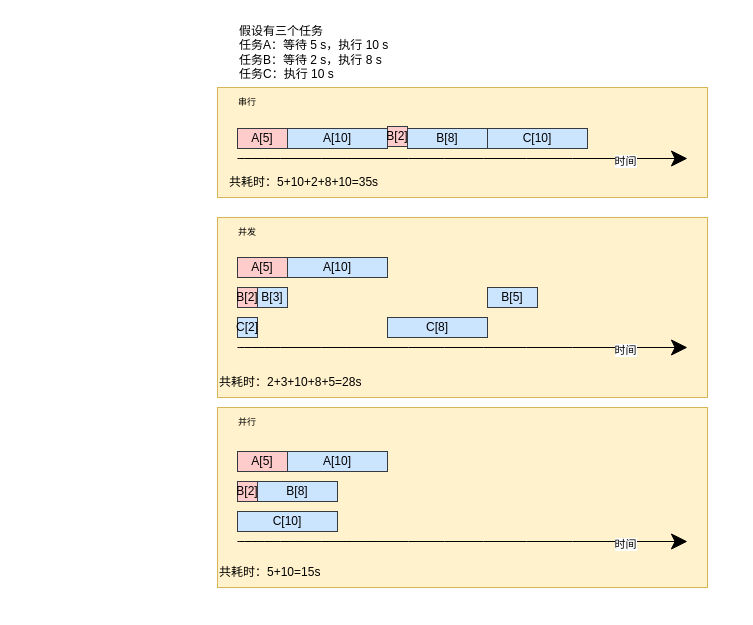
Before: MultiThreading.drawio in Fuku-L/draw-io-repo, a draw.io diagram. Source tidied: cells renumbered, new cells numbered last; positions are measured from the earlier drawing's top-left corner, leaving out a move shared by most shapes. Both pictures are drawn from the tidied source at 100%, with x=0, y=0 at pixel (217, 17).
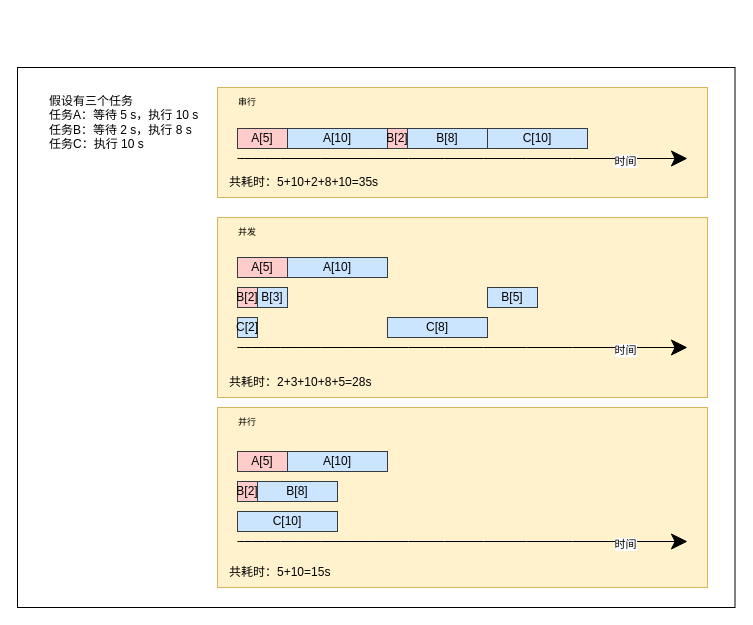
After the change.

The edit, as a diff of the source:
```diff
@@
+    <mxCell id="35" style="rounded=0;whiteSpace=wrap;html=1;hachureGap=4;fontSize=9;" parent="1" vertex="1">
+      <mxGeometry x="-200" y="50" width="717.5" height="540" as="geometry" />
+    </mxCell>
@@
     <mxCell id="5" value="假设有三个任务&lt;br&gt;任务A：等待 5 s，执行 10 s&lt;br&gt;任务B：等待 2 s，执行 8 s&lt;br&gt;任务C：执行 10 s" style="text;html=1;strokeColor=none;fillColor=none;align=left;verticalAlign=middle;whiteSpace=wrap;rounded=0;hachureGap=4;" parent="1" vertex="1">
-      <mxGeometry x="20" width="190" height="70" as="geometry" />
+      <mxGeometry x="-170" y="70" width="190" height="70" as="geometry" />
     </mxCell>
@@
     <mxCell id="12" value="B[2]" style="rounded=0;whiteSpace=wrap;html=1;hachureGap=4;fillColor=#ffcccc;strokeColor=#36393d;" parent="1" vertex="1">
-      <mxGeometry x="170" y="109" width="20" height="20" as="geometry" />
+      <mxGeometry x="170" y="111" width="20" height="20" as="geometry" />
     </mxCell>
@@
     <mxCell id="23" value="共耗时：2+3+10+8+5=28s" style="text;html=1;strokeColor=none;fillColor=none;align=left;verticalAlign=middle;whiteSpace=wrap;rounded=0;hachureGap=4;" parent="1" vertex="1">
-      <mxGeometry y="350" width="350" height="30" as="geometry" />
+      <mxGeometry x="10" y="350" width="350" height="30" as="geometry" />
     </mxCell>
@@
     <mxCell id="31" value="共耗时：5+10=15s" style="text;html=1;strokeColor=none;fillColor=none;align=left;verticalAlign=middle;whiteSpace=wrap;rounded=0;hachureGap=4;" parent="1" vertex="1">
-      <mxGeometry y="540" width="350" height="30" as="geometry" />
+      <mxGeometry x="10" y="540" width="350" height="30" as="geometry" />
     </mxCell>
```
